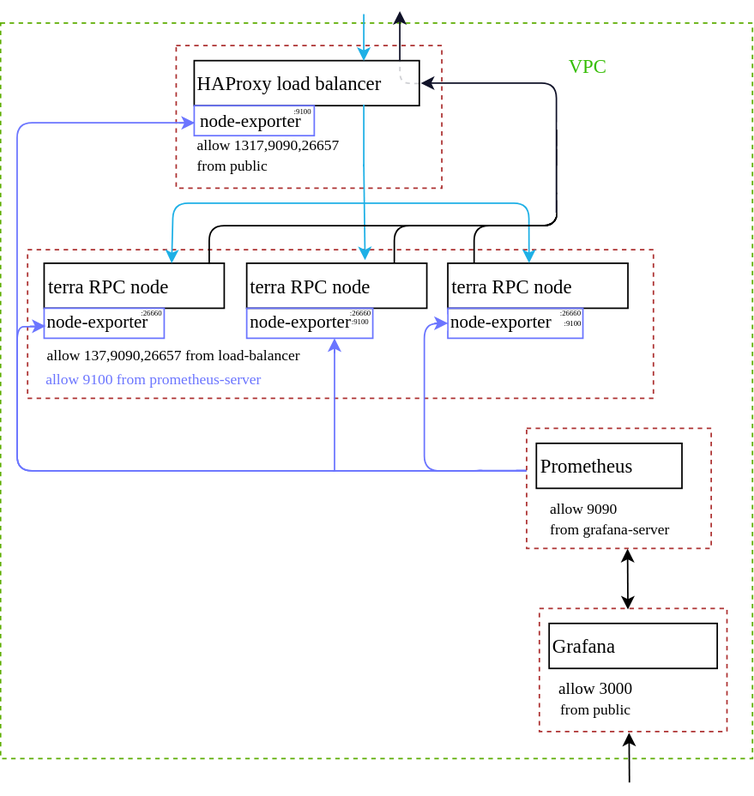
Before: topology.svg, a diagram exported from draw.io (M1meer/terra-rpc-loadbalancing-env). Source tidied: cells renumbered, new cells last; positions are measured from the earlier drawing's top-left corner, leaving out a move shared by most shapes.
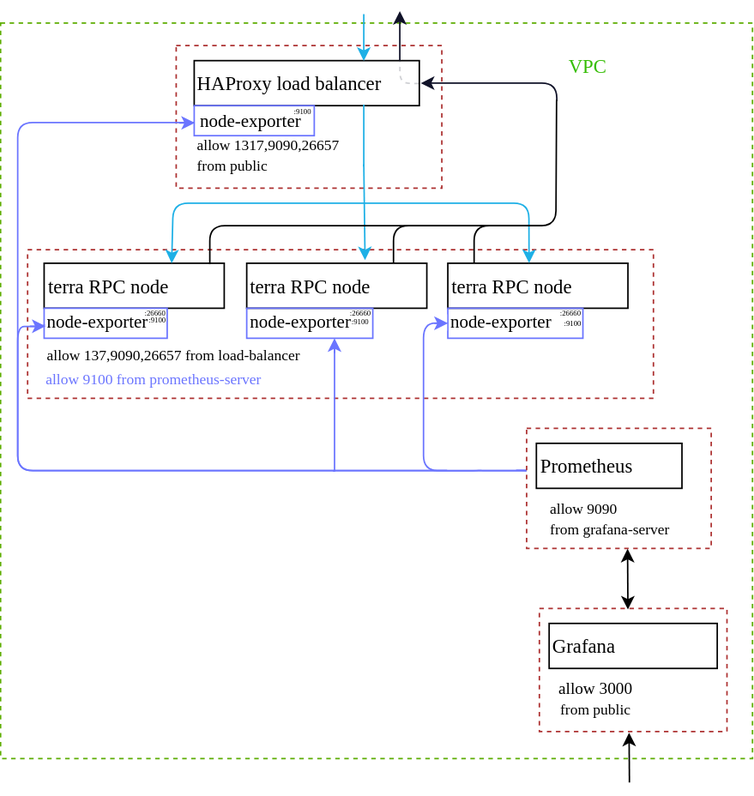
The same file after the commit.

The edit, as a diff of the source:
```diff
@@ -5,6 +5,9 @@
     <mxCell id="2" style="rounded=0;whiteSpace=wrap;html=1;gradientColor=none;strokeColor=#5DAD00;dashed=1;fillColor=none;" parent="1" vertex="1">
       <mxGeometry y="8" width="501" height="490" as="geometry" />
     </mxCell>
+    <mxCell id="24" value="&lt;span style=&quot;font-family: &amp;#34;lucida console&amp;#34; ; font-size: 10px ; white-space: nowrap&quot;&gt;allow 137,9090,26657&amp;nbsp;&lt;/span&gt;&lt;span style=&quot;font-family: &amp;#34;lucida console&amp;#34; ; font-size: 10px ; white-space: nowrap&quot;&gt;from load-balancer&lt;/span&gt;" style="text;html=1;strokeColor=none;fillColor=none;align=left;verticalAlign=middle;whiteSpace=wrap;rounded=0;dashed=1;" parent="1" vertex="1">
+      <mxGeometry x="29" y="198" width="180" height="60" as="geometry" />
+    </mxCell>
     <mxCell id="3" style="rounded=0;whiteSpace=wrap;html=1;dashed=1;strokeColor=#AD3232;gradientColor=none;fillColor=none;" parent="1" vertex="1">
       <mxGeometry x="364" y="282" width="99" height="69" as="geometry" />
     </mxCell>
@@ -57,7 +60,7 @@
       <mxGeometry x="298" y="193" width="70" height="10" as="geometry" />
     </mxCell>
     <mxCell id="20" style="rounded=0;whiteSpace=wrap;html=1;strokeColor=#6B75FF;" parent="1" vertex="1">
-      <mxGeometry x="29" y="198" width="80" height="20" as="geometry" />
+      <mxGeometry x="29" y="198" width="82" height="20" as="geometry" />
     </mxCell>
     <mxCell id="21" value="&lt;font face=&quot;Lucida Console&quot;&gt;node-exporter&lt;/font&gt;" style="text;html=1;" parent="1" vertex="1">
       <mxGeometry x="29" y="193" width="55" height="25" as="geometry" />
@@ -68,9 +71,6 @@
     <mxCell id="23" value="&lt;font face=&quot;Lucida Console&quot;&gt;node-exporter&lt;/font&gt;" style="text;html=1;strokeColor=none;fillColor=none;align=center;verticalAlign=middle;whiteSpace=wrap;rounded=0;" parent="1" vertex="1">
       <mxGeometry x="130.5" y="62.5" width="72" height="20" as="geometry" />
     </mxCell>
-    <mxCell id="24" value="&lt;span style=&quot;font-family: &amp;#34;lucida console&amp;#34; ; font-size: 10px ; white-space: nowrap&quot;&gt;allow 137,9090,26657&amp;nbsp;&lt;/span&gt;&lt;span style=&quot;font-family: &amp;#34;lucida console&amp;#34; ; font-size: 10px ; white-space: nowrap&quot;&gt;from load-balancer&lt;/span&gt;" style="text;html=1;strokeColor=none;fillColor=none;align=left;verticalAlign=middle;whiteSpace=wrap;rounded=0;dashed=1;" parent="1" vertex="1">
-      <mxGeometry x="29" y="198" width="180" height="60" as="geometry" />
-    </mxCell>
     <mxCell id="25" value="&lt;font face=&quot;Lucida Console&quot; style=&quot;font-size: 10px&quot;&gt;allow 1317,9090,26657 &lt;br&gt;from public&lt;/font&gt;" style="text;html=1;strokeColor=none;fillColor=none;align=left;verticalAlign=middle;whiteSpace=wrap;rounded=0;dashed=1;" parent="1" vertex="1">
       <mxGeometry x="129" y="83" width="173" height="25" as="geometry" />
     </mxCell>
@@ -187,19 +187,19 @@
       </mxGeometry>
     </mxCell>
     <mxCell id="46" style="rounded=0;whiteSpace=wrap;html=1;dashed=1;strokeColor=none;fillColor=#ffffff;gradientColor=none;" parent="1" vertex="1">
-      <mxGeometry x="371" y="74" width="41" height="18" as="geometry" />
+      <mxGeometry x="393" y="76" width="41" height="18" as="geometry" />
     </mxCell>
     <mxCell id="47" style="rounded=0;whiteSpace=wrap;html=1;dashed=1;strokeColor=none;fillColor=#ffffff;gradientColor=none;" parent="1" vertex="1">
-      <mxGeometry x="371" y="90" width="41" height="18" as="geometry" />
+      <mxGeometry x="392" y="90" width="20" height="18" as="geometry" />
     </mxCell>
     <mxCell id="48" style="rounded=0;whiteSpace=wrap;html=1;dashed=1;strokeColor=none;fillColor=#ffffff;gradientColor=none;" parent="1" vertex="1">
-      <mxGeometry x="371" y="108" width="41" height="18" as="geometry" />
+      <mxGeometry x="390" y="108" width="41" height="18" as="geometry" />
     </mxCell>
     <mxCell id="49" style="rounded=0;whiteSpace=wrap;html=1;dashed=1;strokeColor=none;fillColor=#ffffff;gradientColor=none;" parent="1" vertex="1">
-      <mxGeometry x="371" y="122" width="41" height="18" as="geometry" />
+      <mxGeometry x="361" y="133.5" width="41" height="18" as="geometry" />
     </mxCell>
     <mxCell id="50" style="rounded=0;whiteSpace=wrap;html=1;dashed=1;strokeColor=none;fillColor=#ffffff;gradientColor=none;" parent="1" vertex="1">
-      <mxGeometry x="371" y="103" width="41" height="18" as="geometry" />
+      <mxGeometry x="353" y="60" width="60" height="77" as="geometry" />
     </mxCell>
     <mxCell id="51" style="rounded=0;whiteSpace=wrap;html=1;dashed=1;strokeColor=none;fillColor=#ffffff;gradientColor=none;" parent="1" vertex="1">
       <mxGeometry x="371" y="138" width="41" height="18" as="geometry" />
@@ -263,7 +263,7 @@
       <mxGeometry x="231" y="193" width="17" height="11" as="geometry" />
     </mxCell>
     <mxCell id="66" value="&lt;font face=&quot;Lucida Console&quot; style=&quot;font-size: 5px&quot;&gt;:26660&lt;/font&gt;" style="text;html=1;strokeColor=none;fillColor=none;align=right;verticalAlign=middle;whiteSpace=wrap;rounded=0;dashed=1;" parent="1" vertex="1">
-      <mxGeometry x="92" y="192.5" width="17" height="11" as="geometry" />
+      <mxGeometry x="94" y="192.5" width="17" height="11" as="geometry" />
     </mxCell>
     <mxCell id="67" value="&lt;font face=&quot;Lucida Console&quot; style=&quot;font-size: 5px&quot;&gt;:9100&lt;/font&gt;" style="text;html=1;strokeColor=none;fillColor=none;align=right;verticalAlign=middle;whiteSpace=wrap;rounded=0;dashed=1;" parent="1" vertex="1">
       <mxGeometry x="371" y="200" width="17" height="11" as="geometry" />
@@ -309,5 +309,19 @@
     <mxCell id="76" style="rounded=0;whiteSpace=wrap;html=1;dashed=1;strokeColor=none;strokeWidth=1;fillColor=#ffffff;gradientColor=none;" parent="1" vertex="1">
       <mxGeometry x="297.5" y="267.5" width="46" height="38" as="geometry" />
     </mxCell>
+    <mxCell id="77" value="&lt;font face=&quot;Lucida Console&quot; style=&quot;font-size: 5px&quot;&gt;:9100&lt;/font&gt;" style="text;html=1;strokeColor=none;fillColor=none;align=right;verticalAlign=middle;whiteSpace=wrap;rounded=0;dashed=1;" parent="1" vertex="1">
+      <mxGeometry x="94" y="198" width="17" height="10" as="geometry" />
+    </mxCell>
+    <mxCell id="78" style="line;strokeWidth=1;direction=south;html=1;fillColor=#ffffff;gradientColor=none;strokeColor=#FFFFFF;" parent="1" vertex="1">
+      <mxGeometry x="464.5" y="63" width="31" height="76" as="geometry" />
+    </mxCell>
+    <mxCell id="79" style="endArrow=none;html=1;strokeColor=#000000;entryX=0.291;entryY=-0.013;entryDx=0;entryDy=0;entryPerimeter=0;" parent="1" edge="1" target="50">
+      <mxGeometry relative="1" as="geometry">
+        <mxPoint x="340" y="143" as="sourcePoint" />
+        <Array as="points">
+          <mxPoint x="370" y="143" />
+        </Array>
+      </mxGeometry>
+    </mxCell>
   </root>
 </mxGraphModel>
```
